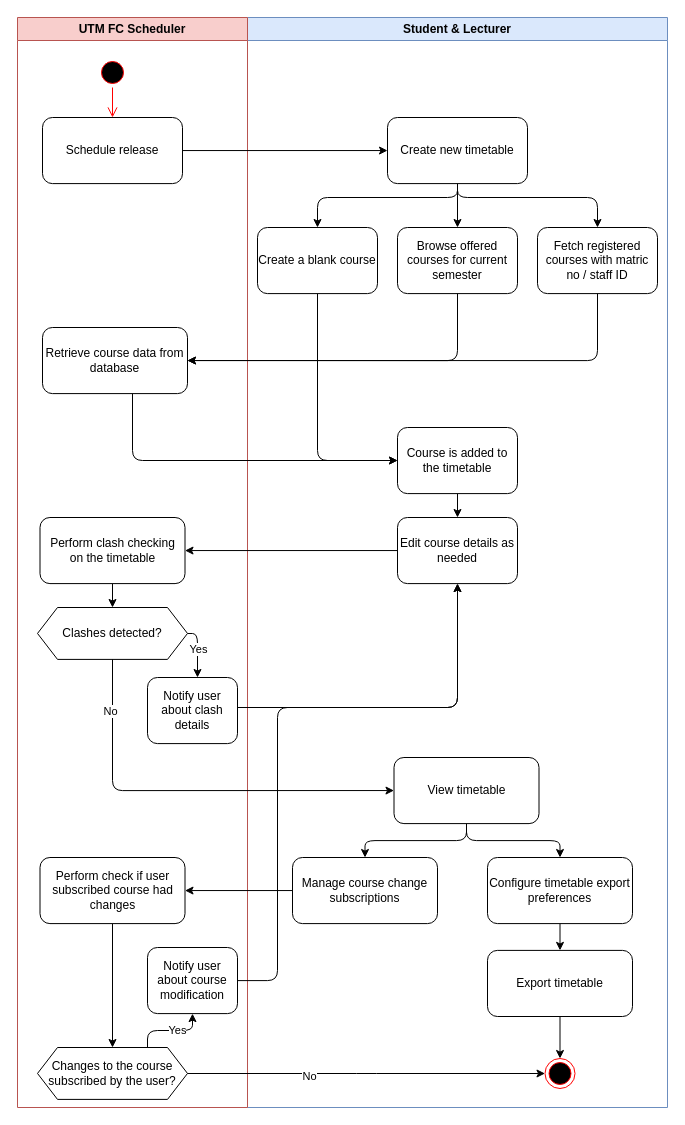
Earlier version of the draw.io diagram activity/to-be-end-users.drawio (AdmiJW/UTM-FC-Scheduler-UML). Source tidied: cells renumbered, new cells numbered last; positions are measured from the earlier drawing's top-left corner, leaving out a move shared by most shapes. Both pictures are drawn from the tidied source at 100%, with x=0, y=0 at pixel (17, 17).
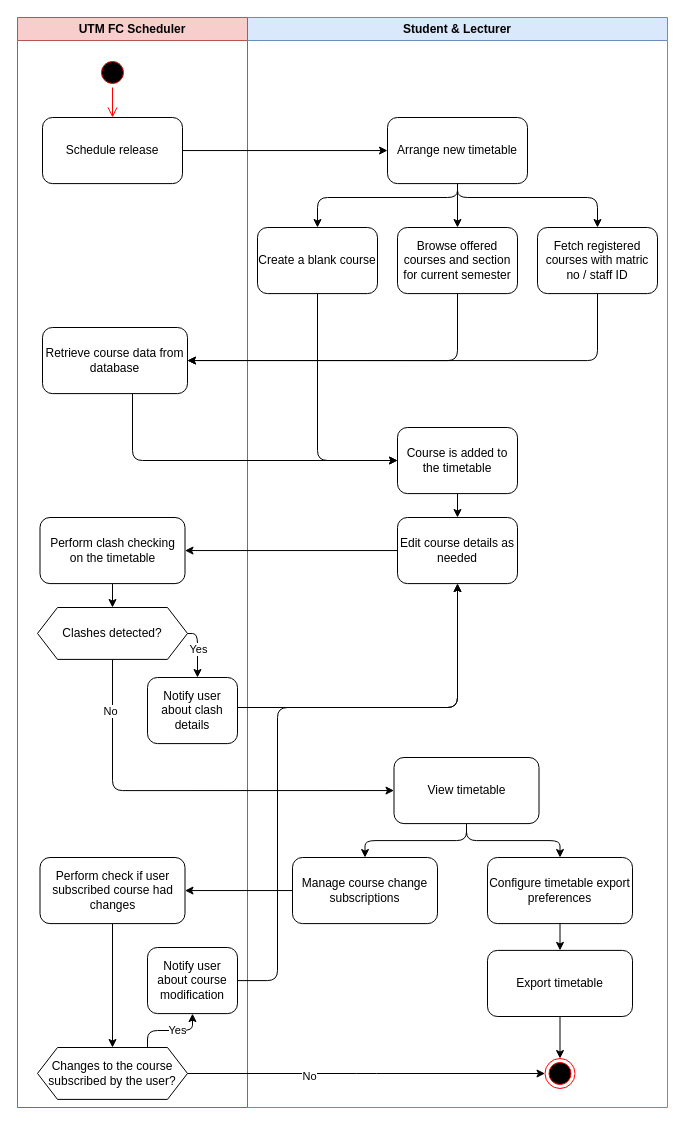
After the change.

Unchanged cells that the change refers to:
```xml
<mxCell id="2" value="Student &amp;amp; Lecturer" style="swimlane;whiteSpace=wrap;html=1;fillColor=#dae8fc;strokeColor=#6c8ebf;" parent="1" vertex="1">
  <mxGeometry x="230" width="420" height="1090" as="geometry" />
</mxCell>
```

Diff of the diagram source:
```diff
@@
-    <mxCell id="6" value="Create new timetable" style="rounded=1;whiteSpace=wrap;html=1;" parent="2" vertex="1">
+    <mxCell id="6" value="Arrange new timetable" style="rounded=1;whiteSpace=wrap;html=1;" parent="2" vertex="1">
       <mxGeometry x="140" y="100" width="140" height="66.1" as="geometry" />
     </mxCell>
@@
-    <mxCell id="9" value="Browse offered courses for current semester" style="rounded=1;whiteSpace=wrap;html=1;" parent="2" vertex="1">
+    <mxCell id="9" value="Browse offered courses and section for current semester" style="rounded=1;whiteSpace=wrap;html=1;" parent="2" vertex="1">
       <mxGeometry x="150" y="210" width="120" height="66.1" as="geometry" />
     </mxCell>
```
